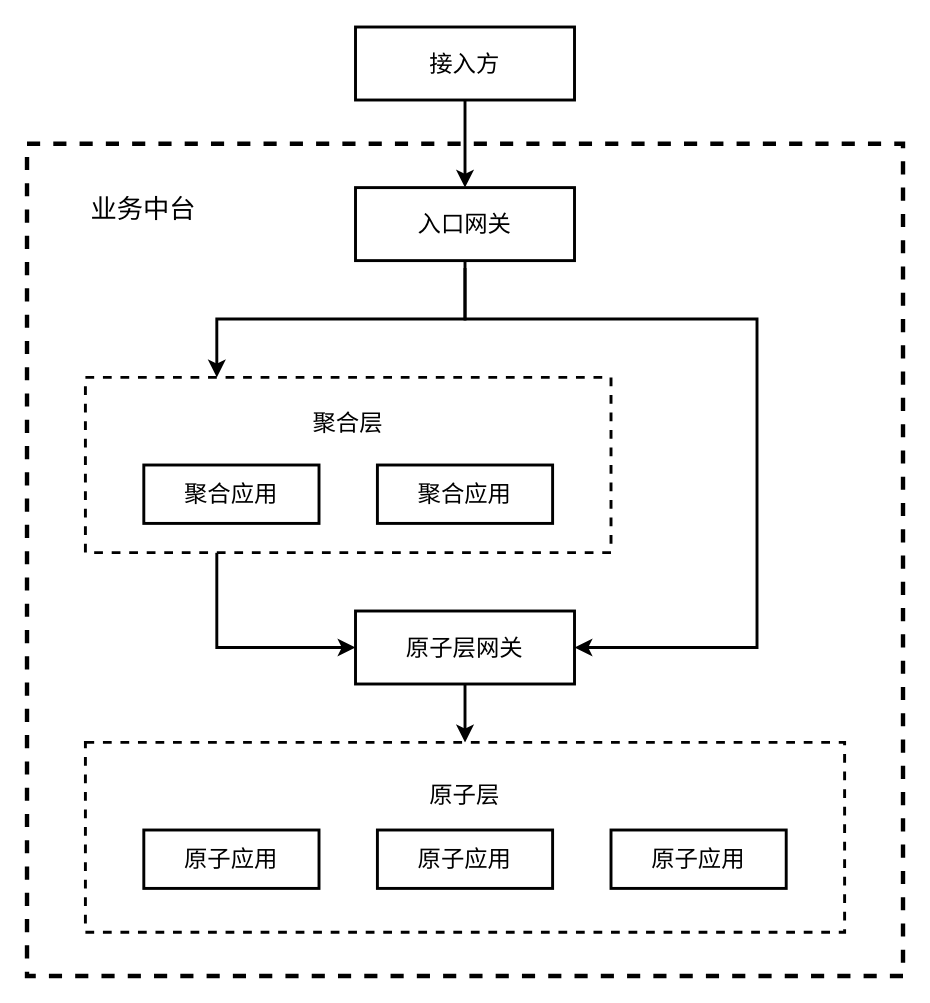
Earlier version of the draw.io diagram sse/业务中台现状.drawio (yimzncy/draw). Source tidied: cells renumbered, new cells numbered last; positions are measured from the earlier drawing's top-left corner, leaving out a move shared by most shapes. Both pictures are drawn from the tidied source at 146%, with x=0, y=0 at pixel (26, 26).
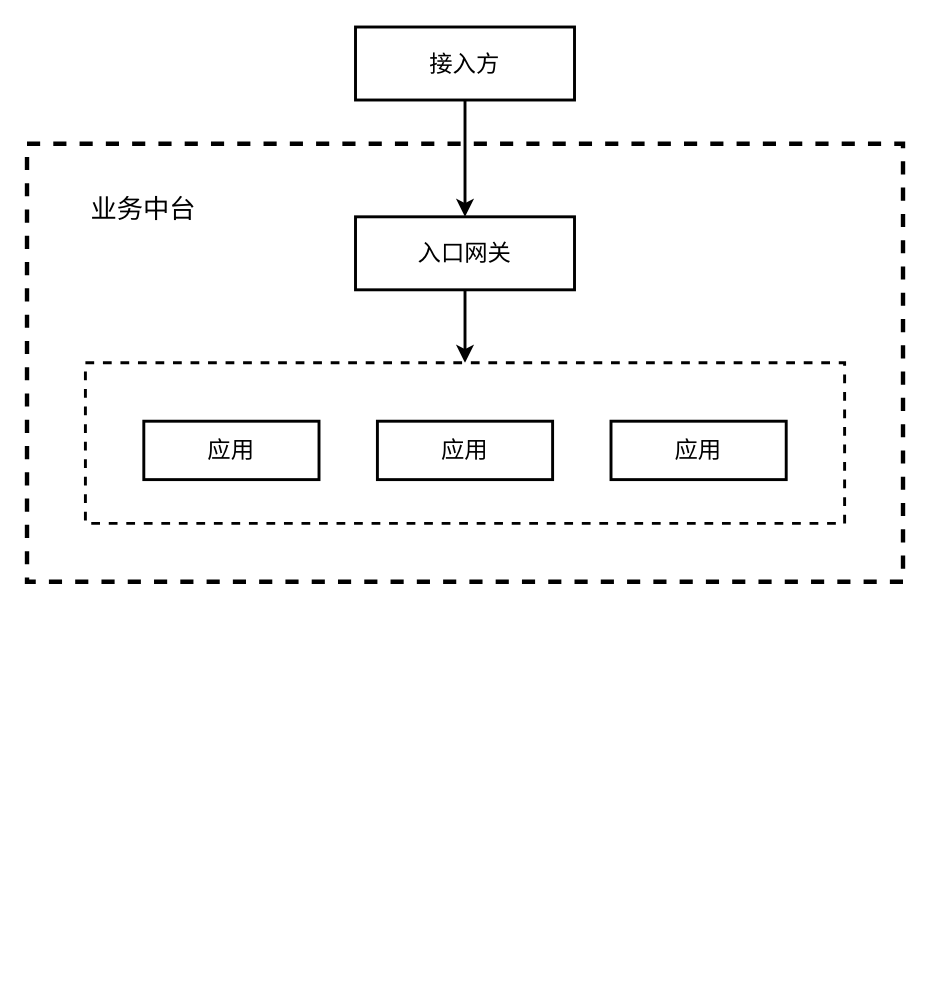
The same diagram, later.

Commit message:
Added 业务中台现状.drawio

What changed in the source:
```diff
@@
-    <mxCell id="2" style="rounded=0;whiteSpace=wrap;html=1;fillColor=none;dashed=1;strokeWidth=3;" parent="1" vertex="1">
-      <mxGeometry y="80" width="600" height="570" as="geometry" />
-    </mxCell>
+    <mxCell id="19" style="rounded=0;whiteSpace=wrap;html=1;fillColor=none;dashed=1;strokeWidth=3;" parent="1" vertex="1">
+      <mxGeometry y="80" width="600" height="300" as="geometry" />
+    </mxCell>
@@
-    <mxCell id="5" style="edgeStyle=orthogonalEdgeStyle;rounded=0;jettySize=auto;html=1;exitX=0.5;exitY=1;exitDx=0;exitDy=0;entryX=0.25;entryY=0;entryDx=0;entryDy=0;strokeWidth=2;" parent="1" edge="1" source="7" target="9">
-      <mxGeometry relative="1" as="geometry" />
-    </mxCell>
-    <mxCell id="6" style="edgeStyle=orthogonalEdgeStyle;rounded=0;jettySize=auto;html=1;strokeWidth=2;exitX=0.5;exitY=1;exitDx=0;exitDy=0;endArrow=classic;endFill=1;entryX=1;entryY=0.5;entryDx=0;entryDy=0;" parent="1" edge="1" target="11">
-      <mxGeometry relative="1" as="geometry">
-        <mxPoint x="300" y="165" as="sourcePoint" />
-        <Array as="points">
-          <mxPoint x="300" y="200" />
-          <mxPoint x="500" y="200" />
-          <mxPoint x="500" y="425" />
-        </Array>
-      </mxGeometry>
-    </mxCell>
+    <mxCell id="20" style="edgeStyle=orthogonalEdgeStyle;rounded=0;jettySize=auto;html=1;exitX=0.5;exitY=1;exitDx=0;exitDy=0;strokeWidth=2;" parent="1" edge="1" source="7" target="21">
+      <mxGeometry relative="1" as="geometry" />
+    </mxCell>
     <mxCell id="7" value="入口网关" style="rounded=0;whiteSpace=wrap;html=1;strokeWidth=2;gradientColor=none;fontSize=16;" parent="1" vertex="1">
-      <mxGeometry x="225" y="110" width="150" height="50" as="geometry" />
+      <mxGeometry x="225" y="130" width="150" height="50" as="geometry" />
     </mxCell>
-    <mxCell id="8" style="edgeStyle=orthogonalEdgeStyle;rounded=0;jettySize=auto;html=1;exitX=0.25;exitY=1;exitDx=0;exitDy=0;entryX=0;entryY=0.5;entryDx=0;entryDy=0;endArrow=classic;endFill=1;strokeWidth=2;" parent="1" edge="1" source="9" target="11">
-      <mxGeometry relative="1" as="geometry" />
-    </mxCell>
-    <mxCell id="9" value="聚合层&lt;br&gt;&lt;br&gt;&lt;br&gt;&lt;br&gt;" style="rounded=0;whiteSpace=wrap;html=1;strokeWidth=2;fillColor=#ffffff;gradientColor=none;fontSize=16;dashed=1;" parent="1" vertex="1">
-      <mxGeometry x="40" y="240" width="360" height="120" as="geometry" />
-    </mxCell>
-    <mxCell id="10" style="edgeStyle=orthogonalEdgeStyle;rounded=0;jettySize=auto;html=1;entryX=0.5;entryY=0;entryDx=0;entryDy=0;strokeWidth=2;" parent="1" edge="1" source="11" target="12">
-      <mxGeometry relative="1" as="geometry" />
-    </mxCell>
-    <mxCell id="11" value="原子层网关" style="rounded=0;whiteSpace=wrap;html=1;strokeWidth=2;gradientColor=none;fontSize=16;" parent="1" vertex="1">
-      <mxGeometry x="225" y="400" width="150" height="50" as="geometry" />
-    </mxCell>
-    <mxCell id="12" value="原子层&lt;br&gt;&lt;br&gt;&lt;br&gt;&lt;br&gt;" style="rounded=0;whiteSpace=wrap;html=1;strokeWidth=2;fillColor=#ffffff;gradientColor=none;fontSize=16;dashed=1;" parent="1" vertex="1">
-      <mxGeometry x="40" y="490" width="520" height="130" as="geometry" />
-    </mxCell>
-    <mxCell id="13" value="聚合应用" style="rounded=0;whiteSpace=wrap;html=1;strokeWidth=2;fillColor=#ffffff;gradientColor=none;fontSize=16;" parent="1" vertex="1">
-      <mxGeometry x="80" y="300" width="120" height="40" as="geometry" />
-    </mxCell>
-    <mxCell id="14" value="聚合应用" style="rounded=0;whiteSpace=wrap;html=1;strokeWidth=2;fillColor=#ffffff;gradientColor=none;fontSize=16;" parent="1" vertex="1">
-      <mxGeometry x="240" y="300" width="120" height="40" as="geometry" />
-    </mxCell>
-    <mxCell id="15" value="原子应用" style="rounded=0;whiteSpace=wrap;html=1;strokeWidth=2;fillColor=#ffffff;gradientColor=none;fontSize=16;" parent="1" vertex="1">
-      <mxGeometry x="80" y="550" width="120" height="40" as="geometry" />
-    </mxCell>
-    <mxCell id="16" value="原子应用" style="rounded=0;whiteSpace=wrap;html=1;strokeWidth=2;fillColor=#ffffff;gradientColor=none;fontSize=16;" parent="1" vertex="1">
-      <mxGeometry x="240" y="550" width="120" height="40" as="geometry" />
-    </mxCell>
-    <mxCell id="17" value="原子应用" style="rounded=0;whiteSpace=wrap;html=1;strokeWidth=2;fillColor=#ffffff;gradientColor=none;fontSize=16;" parent="1" vertex="1">
-      <mxGeometry x="400" y="550" width="120" height="40" as="geometry" />
-    </mxCell>
+    <mxCell id="21" style="rounded=0;whiteSpace=wrap;html=1;strokeWidth=2;fillColor=#ffffff;gradientColor=none;fontSize=16;dashed=1;" parent="1" vertex="1">
+      <mxGeometry x="40" y="230" width="520" height="110" as="geometry" />
+    </mxCell>
+    <mxCell id="22" value="应用" style="rounded=0;whiteSpace=wrap;html=1;strokeWidth=2;fillColor=#ffffff;gradientColor=none;fontSize=16;" parent="1" vertex="1">
+      <mxGeometry x="80" y="270" width="120" height="40" as="geometry" />
+    </mxCell>
+    <mxCell id="23" value="应用" style="rounded=0;whiteSpace=wrap;html=1;strokeWidth=2;fillColor=#ffffff;gradientColor=none;fontSize=16;" parent="1" vertex="1">
+      <mxGeometry x="240" y="270" width="120" height="40" as="geometry" />
+    </mxCell>
+    <mxCell id="24" value="应用" style="rounded=0;whiteSpace=wrap;html=1;strokeWidth=2;fillColor=#ffffff;gradientColor=none;fontSize=16;" parent="1" vertex="1">
+      <mxGeometry x="400" y="270" width="120" height="40" as="geometry" />
+    </mxCell>
```
